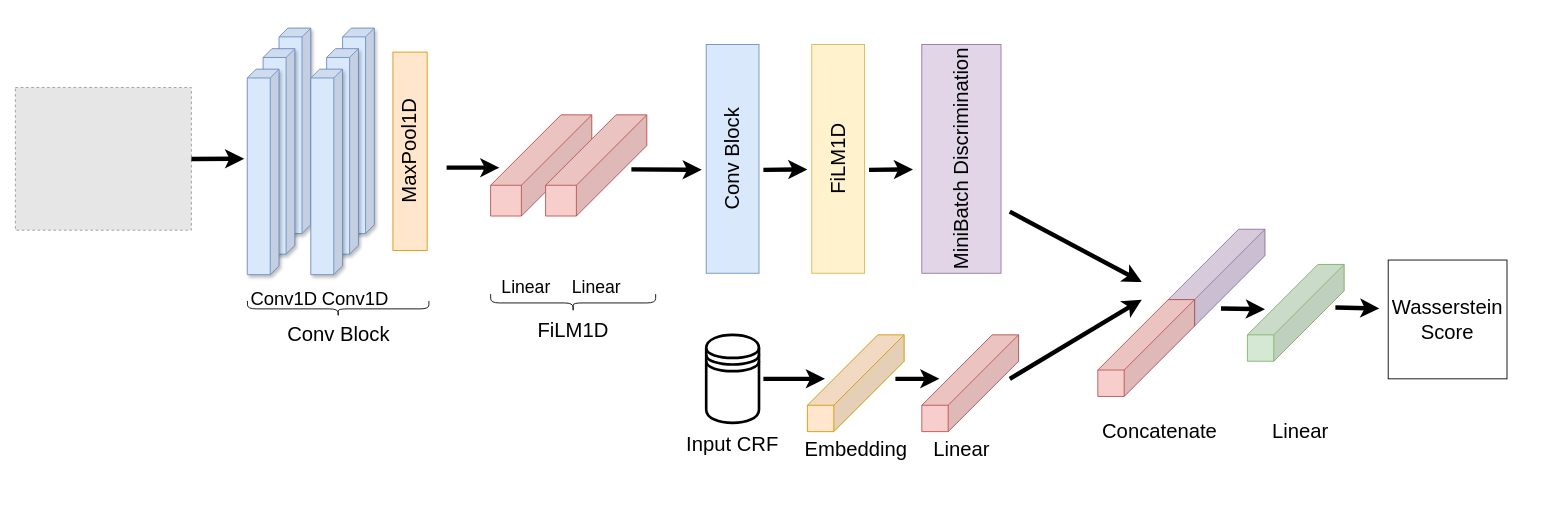
Earlier version of the draw.io diagram images/Model_architectures/Critic_network.drawio (LukeBogdanovic/Synthetic-Data-Generation-For-Cardiovascular-Disease-Risk-Prediction). Source tidied: cells renumbered, new cells numbered last; positions are measured from the earlier drawing's top-left corner, leaving out a move shared by most shapes. Both pictures are drawn from the tidied source at 88%, with x=0, y=0 at pixel (15, 27). Pictures stored in the file or linked from it are replaced by grey dashed boxes.
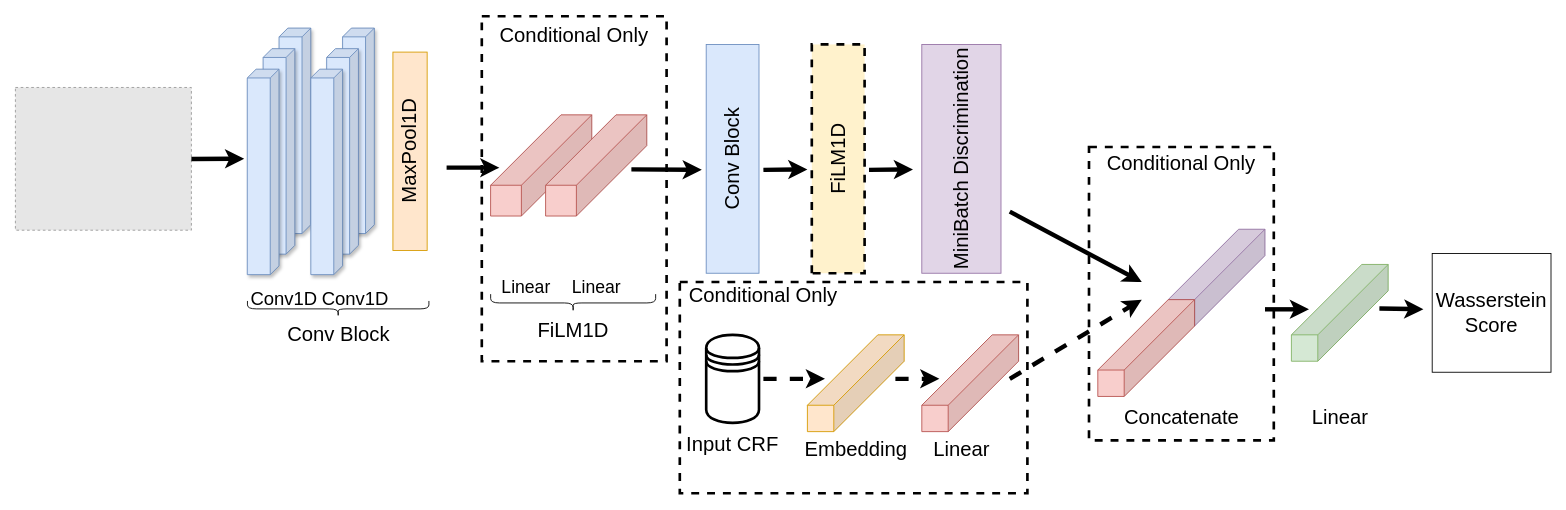
After the change.

Commit message:
Update to critic diagram

What changed in the source:
```diff
@@
+    <mxCell id="50" style="rounded=0;whiteSpace=wrap;html=1;dashed=1;strokeWidth=3;" parent="1" vertex="1">
+      <mxGeometry x="1220" y="135.5" width="210" height="333.5" as="geometry" />
+    </mxCell>
+    <mxCell id="51" style="rounded=0;whiteSpace=wrap;html=1;dashed=1;strokeWidth=3;" parent="1" vertex="1">
+      <mxGeometry x="755" y="289" width="395" height="240" as="geometry" />
+    </mxCell>
+    <mxCell id="52" style="rounded=0;whiteSpace=wrap;html=1;dashed=1;strokeWidth=3;" parent="1" vertex="1">
+      <mxGeometry x="530" y="-13" width="210" height="392" as="geometry" />
+    </mxCell>
@@
     <mxCell id="5" style="shape=cube;whiteSpace=wrap;html=1;boundedLbl=1;backgroundOutline=1;darkOpacity=0.05;darkOpacity2=0.1;flipH=1;size=80;fillColor=#d5e8d4;strokeColor=#82b366;" parent="1" vertex="1">
-      <mxGeometry x="1400" y="269" width="110" height="110" as="geometry" />
+      <mxGeometry x="1450" y="269" width="110" height="110" as="geometry" />
     </mxCell>
     <mxCell id="6" style="endArrow=classic;html=1;rounded=0;strokeWidth=5;" parent="1" edge="1">
       <mxGeometry relative="1" as="geometry">
-        <mxPoint x="1500" y="318" as="sourcePoint" />
-        <mxPoint x="1550" y="319" as="targetPoint" />
+        <mxPoint x="1550" y="319" as="sourcePoint" />
+        <mxPoint x="1600" y="320" as="targetPoint" />
       </mxGeometry>
     </mxCell>
     <mxCell id="7" value="Wasserstein Score" style="whiteSpace=wrap;html=1;fontSize=23;" parent="1" vertex="1">
-      <mxGeometry x="1560" y="264" width="135" height="135" as="geometry" />
+      <mxGeometry x="1610" y="256.5" width="135" height="135" as="geometry" />
     </mxCell>
@@
-    <mxCell id="10" style="endArrow=classic;html=1;rounded=0;strokeWidth=5;" parent="1" edge="1">
+    <mxCell id="10" style="endArrow=classic;html=1;rounded=0;strokeWidth=5;dashed=1;" parent="1" edge="1">
       <mxGeometry relative="1" as="geometry">
         <mxPoint x="1130" y="399" as="sourcePoint" />
         <mxPoint x="1280" y="309" as="targetPoint" />
       </mxGeometry>
     </mxCell>
@@
-    <mxCell id="13" style="edgeStyle=orthogonalEdgeStyle;rounded=0;orthogonalLoop=1;jettySize=auto;html=1;strokeWidth=5;" parent="1" edge="1">
+    <mxCell id="13" style="edgeStyle=orthogonalEdgeStyle;rounded=0;orthogonalLoop=1;jettySize=auto;html=1;strokeWidth=5;dashed=1;" parent="1" edge="1">
       <mxGeometry relative="1" as="geometry">
         <mxPoint x="850" y="399" as="sourcePoint" />
         <mxPoint x="920" y="399" as="targetPoint" />
       </mxGeometry>
     </mxCell>
     <mxCell id="14" value="Linear" style="text;html=1;align=center;verticalAlign=middle;strokeColor=none;fillColor=none;fontSize=23;" parent="1" vertex="1">
-      <mxGeometry x="1415" y="439" width="90" height="40" as="geometry" />
+      <mxGeometry x="1460" y="422.6" width="90" height="40" as="geometry" />
     </mxCell>
     <mxCell id="15" value="Concatenate" style="text;html=1;align=center;verticalAlign=middle;strokeColor=none;fillColor=none;fontSize=23;" parent="1" vertex="1">
-      <mxGeometry x="1225" y="439" width="150" height="40" as="geometry" />
+      <mxGeometry x="1250" y="422.6" width="150" height="40" as="geometry" />
     </mxCell>
     <mxCell id="16" style="endArrow=classic;html=1;rounded=0;strokeWidth=5;" parent="1" edge="1">
       <mxGeometry relative="1" as="geometry">
-        <mxPoint x="1370" y="319" as="sourcePoint" />
-        <mxPoint x="1420" y="320" as="targetPoint" />
+        <mxPoint x="1420" y="320" as="sourcePoint" />
+        <mxPoint x="1470" y="320" as="targetPoint" />
       </mxGeometry>
     </mxCell>
@@
-    <mxCell id="41" value="FiLM1D" style="rounded=0;whiteSpace=wrap;html=1;rotation=-90;fontSize=23;fillColor=#fff2cc;strokeColor=#d6b656;" parent="1" vertex="1">
+    <mxCell id="41" value="FiLM1D" style="rounded=0;whiteSpace=wrap;html=1;rotation=-90;fontSize=23;fillColor=#fff2cc;strokeColor=#000000;dashed=1;strokeWidth=3;" parent="1" vertex="1">
       <mxGeometry x="805" y="119" width="260" height="60" as="geometry" />
     </mxCell>
@@
-    <mxCell id="49" style="edgeStyle=orthogonalEdgeStyle;rounded=0;orthogonalLoop=1;jettySize=auto;html=1;strokeWidth=5;" parent="1" edge="1">
+    <mxCell id="49" style="edgeStyle=orthogonalEdgeStyle;rounded=0;orthogonalLoop=1;jettySize=auto;html=1;strokeWidth=5;dashed=1;" parent="1" edge="1">
       <mxGeometry relative="1" as="geometry">
         <mxPoint x="1000" y="399" as="sourcePoint" />
         <mxPoint x="1050" y="399" as="targetPoint" />
       </mxGeometry>
     </mxCell>
+    <mxCell id="53" value="Conditional Only" style="text;html=1;whiteSpace=wrap;strokeColor=none;fillColor=none;align=center;verticalAlign=middle;rounded=0;fontSize=23;" parent="1" vertex="1">
+      <mxGeometry x="540" y="-6" width="190" height="30" as="geometry" />
+    </mxCell>
+    <mxCell id="54" value="Conditional Only" style="text;html=1;whiteSpace=wrap;strokeColor=none;fillColor=none;align=center;verticalAlign=middle;rounded=0;fontSize=23;" parent="1" vertex="1">
+      <mxGeometry x="755" y="289" width="190" height="30" as="geometry" />
+    </mxCell>
+    <mxCell id="55" value="Conditional Only" style="text;html=1;whiteSpace=wrap;strokeColor=none;fillColor=none;align=center;verticalAlign=middle;rounded=0;fontSize=23;" parent="1" vertex="1">
+      <mxGeometry x="1230" y="139" width="190" height="30" as="geometry" />
+    </mxCell>
```
